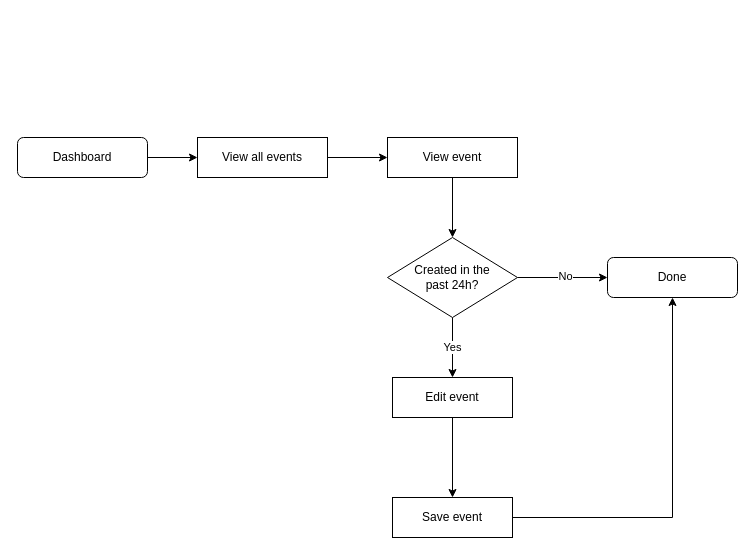
This is page "View/Edit Past Events" (3 of 4) of diagrams/Front_Flowcharts.drawio from corsaire-chaparral/registre-coch, a draw.io file, before an edit. Source tidied: cells renumbered, new cells numbered last; positions are measured from the earlier drawing's top-left corner, leaving out a move shared by most shapes. Both pictures are drawn from the tidied source at 100%, with x=0, y=0 at pixel (17, 137).
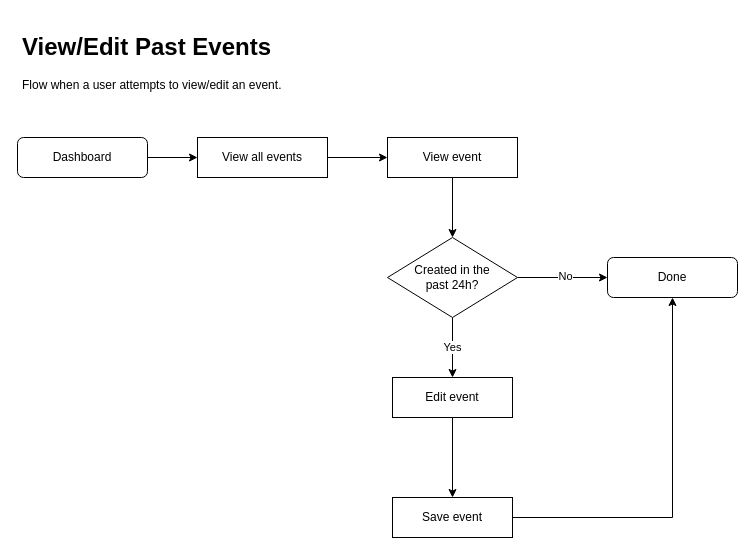
The same page after the edit.

Change to the diagram source:
```diff
@@
 <mxGraphModel>
   <root>
     <mxCell id="0" />
     <mxCell id="1" parent="0" />
     <mxCell id="2" style="edgeStyle=orthogonalEdgeStyle;rounded=0;jettySize=auto;html=1;" parent="1" edge="1" source="3" target="7">
       <mxGeometry relative="1" as="geometry" />
     </mxCell>
     <mxCell id="3" value="View all events" style="rounded=0;whiteSpace=wrap;html=1;fontFamily=Helvetica;fontSize=12;fontColor=#000000;align=center;strokeColor=#000000;fillColor=#ffffff;" parent="1" vertex="1">
       <mxGeometry x="180" width="130" height="40" as="geometry" />
     </mxCell>
     <mxCell id="4" style="edgeStyle=orthogonalEdgeStyle;rounded=0;jettySize=auto;html=1;entryX=0;entryY=0.5;entryDx=0;entryDy=0;" parent="1" edge="1" source="5" target="3">
       <mxGeometry relative="1" as="geometry" />
     </mxCell>
     <mxCell id="5" value="Dashboard" style="rounded=1;whiteSpace=wrap;html=1;" parent="1" vertex="1">
       <mxGeometry width="130" height="40" as="geometry" />
     </mxCell>
     <mxCell id="6" style="edgeStyle=orthogonalEdgeStyle;rounded=0;jettySize=auto;html=1;entryX=0.5;entryY=0;entryDx=0;entryDy=0;" parent="1" edge="1" source="7" target="16">
       <mxGeometry relative="1" as="geometry" />
     </mxCell>
     <mxCell id="7" value="View event" style="rounded=0;whiteSpace=wrap;html=1;fontFamily=Helvetica;fontSize=12;fontColor=#000000;align=center;strokeColor=#000000;fillColor=#ffffff;" parent="1" vertex="1">
       <mxGeometry x="370" width="130" height="40" as="geometry" />
     </mxCell>
     <mxCell id="8" value="Done" style="rounded=1;whiteSpace=wrap;html=1;fontFamily=Helvetica;fontSize=12;fontColor=#000000;align=center;strokeColor=#000000;fillColor=#ffffff;" parent="1" vertex="1">
       <mxGeometry x="590" y="120" width="130" height="40" as="geometry" />
     </mxCell>
     <mxCell id="9" style="edgeStyle=orthogonalEdgeStyle;rounded=0;jettySize=auto;html=1;" parent="1" edge="1" source="10" target="14">
       <mxGeometry relative="1" as="geometry" />
     </mxCell>
     <mxCell id="10" value="&lt;div&gt;Edit event&lt;/div&gt;" style="rounded=0;whiteSpace=wrap;html=1;fontFamily=Helvetica;fontSize=12;fontColor=#000000;align=center;strokeColor=#000000;fillColor=#ffffff;" parent="1" vertex="1">
       <mxGeometry x="375" y="240" width="120" height="40" as="geometry" />
     </mxCell>
     <mxCell id="11" style="edgeStyle=orthogonalEdgeStyle;rounded=0;jettySize=auto;html=1;entryX=0;entryY=0.5;entryDx=0;entryDy=0;exitX=1;exitY=0.5;exitDx=0;exitDy=0;" parent="1" edge="1" source="16" target="8">
       <mxGeometry relative="1" as="geometry" />
     </mxCell>
     <mxCell id="12" value="&lt;div&gt;No&lt;/div&gt;" style="edgeLabel;html=1;align=center;verticalAlign=middle;" parent="11" vertex="1">
       <mxGeometry x="0.05" y="2" relative="1" as="geometry" />
     </mxCell>
     <mxCell id="13" style="edgeStyle=orthogonalEdgeStyle;rounded=0;jettySize=auto;html=1;entryX=0.5;entryY=1;entryDx=0;entryDy=0;" parent="1" edge="1" source="14" target="8">
       <mxGeometry relative="1" as="geometry" />
     </mxCell>
     <mxCell id="14" value="Save event" style="rounded=0;whiteSpace=wrap;html=1;fontFamily=Helvetica;fontSize=12;fontColor=#000000;align=center;strokeColor=#000000;fillColor=#ffffff;" parent="1" vertex="1">
       <mxGeometry x="375" y="360" width="120" height="40" as="geometry" />
     </mxCell>
     <mxCell id="15" value="Yes" style="edgeStyle=orthogonalEdgeStyle;rounded=0;jettySize=auto;html=1;entryX=0.5;entryY=0;entryDx=0;entryDy=0;" parent="1" edge="1" source="16" target="10">
       <mxGeometry relative="1" as="geometry" />
     </mxCell>
     <mxCell id="16" value="Created in the&lt;br&gt;past 24h?" style="rhombus;whiteSpace=wrap;html=1;" parent="1" vertex="1">
       <mxGeometry x="370" y="100" width="130" height="80" as="geometry" />
     </mxCell>
+    <mxCell id="17" value="&lt;h1&gt;View/Edit Past Events&lt;br&gt;&lt;/h1&gt;Flow when a user attempts to view/edit an event." style="text;html=1;strokeColor=none;fillColor=none;spacing=5;spacingTop=-20;whiteSpace=wrap;overflow=hidden;rounded=0;" parent="1" vertex="1">
+      <mxGeometry y="-110" width="420" height="100" as="geometry" />
+    </mxCell>
   </root>
 </mxGraphModel>
```
